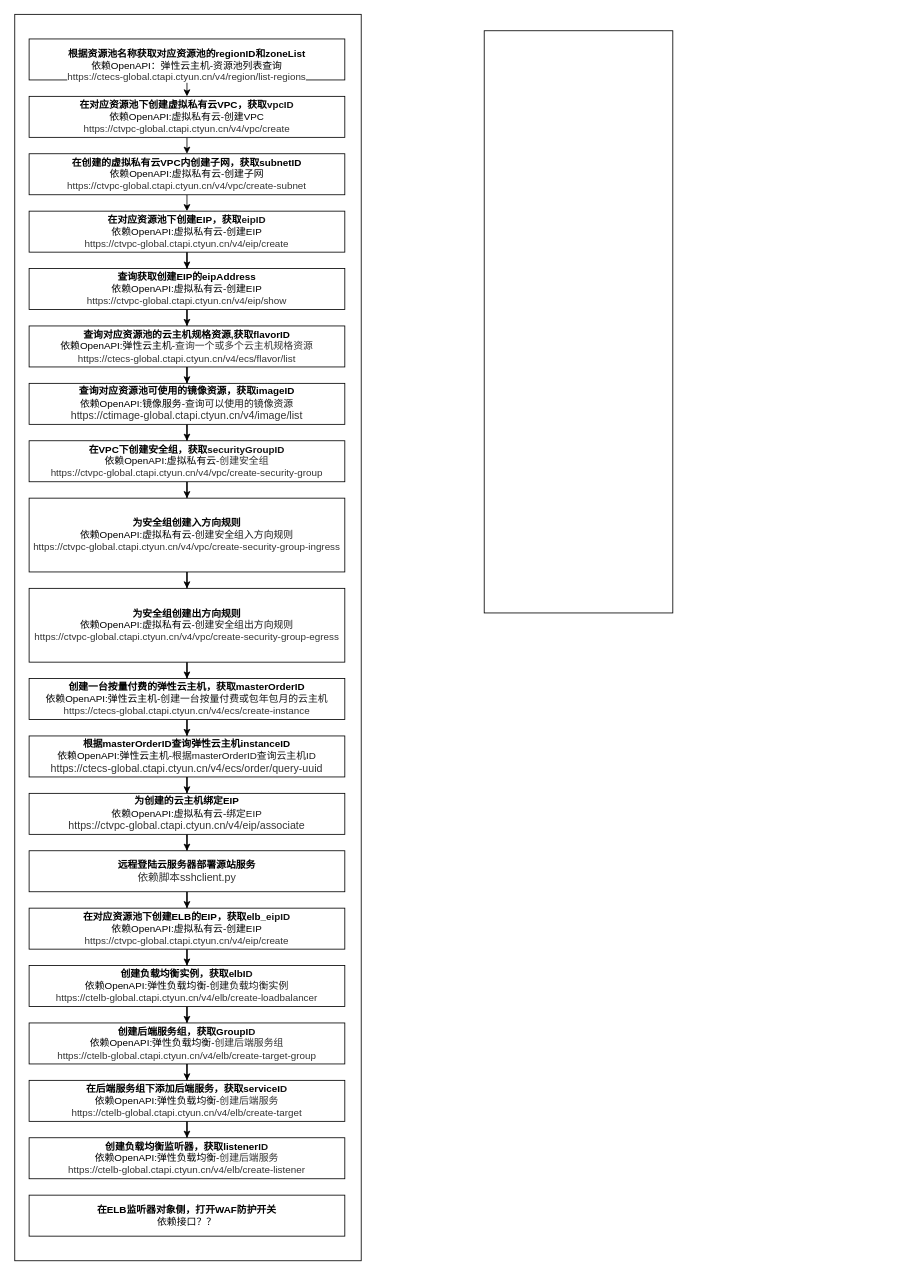
Before: QA_TEST/未命名绘图.drawio in allurelzh/flask_demo, a draw.io diagram. Source tidied: cells renumbered, new cells numbered last; positions are measured from the earlier drawing's top-left corner, leaving out a move shared by most shapes. Both pictures are drawn from the tidied source at 82%, with x=0, y=0 at pixel (15, 14).
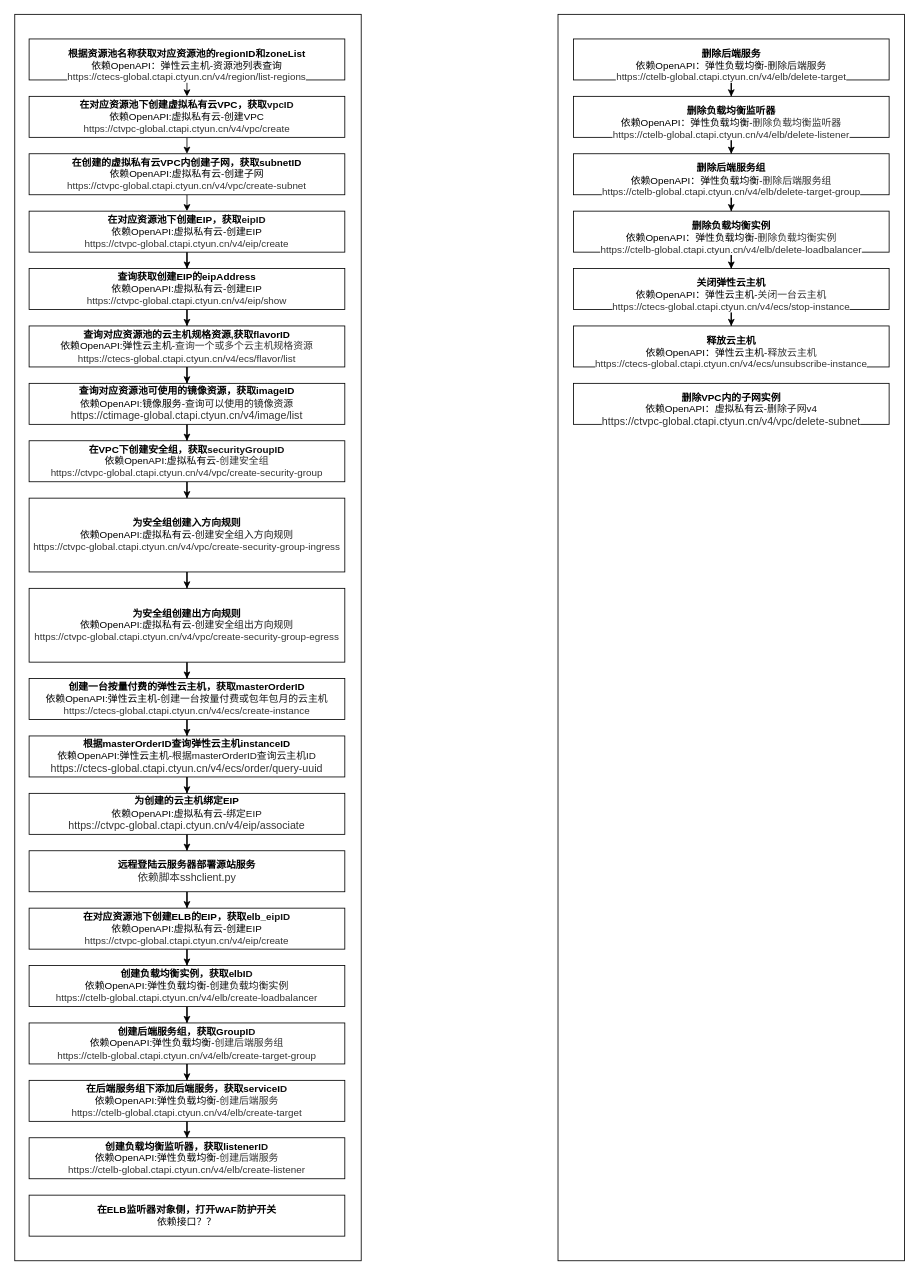
The same page after the edit.

Commit message (it also covers changes not shown here):
更新未命名绘图.drawio

What changed in the source:
```diff
@@
-    <mxCell id="3" style="rounded=0;whiteSpace=wrap;html=1;" parent="1" vertex="1">
-      <mxGeometry x="572" y="20" width="230" height="710" as="geometry" />
-    </mxCell>
@@
+    <mxCell id="42" style="rounded=0;whiteSpace=wrap;html=1;" parent="1" vertex="1">
+      <mxGeometry x="662" width="422.5" height="1520" as="geometry" />
+    </mxCell>
+    <mxCell id="43" style="edgeStyle=orthogonalEdgeStyle;rounded=0;jettySize=auto;html=1;" parent="1" edge="1" source="44" target="46">
+      <mxGeometry relative="1" as="geometry" />
+    </mxCell>
+    <mxCell id="44" value="&lt;div&gt;&lt;b style=&quot;&quot;&gt;&lt;font style=&quot;font-size: 12px;&quot;&gt;&lt;br&gt;&lt;/font&gt;&lt;/b&gt;&lt;/div&gt;&lt;b&gt;删除后端服务&lt;/b&gt;&lt;br&gt;&lt;div style=&quot;&quot;&gt;&lt;font style=&quot;font-size: 12px;&quot;&gt;依赖OpenAPI：弹性负载均衡-&lt;/font&gt;&lt;span style=&quot;background-color: rgb(255, 255, 255); color: rgb(24, 24, 24); font-family: &amp;quot;microsoft yahei&amp;quot;, helvetia, &amp;quot;pingfang sc&amp;quot;, Arial, Tahoma; text-align: start;&quot;&gt;删除后端服务&lt;/span&gt;&lt;/div&gt;&lt;div style=&quot;&quot;&gt;&lt;font style=&quot;font-size: 12px;&quot;&gt;&lt;span style=&quot;background-color: rgb(255, 255, 255); color: rgb(51, 51, 51); font-family: &amp;quot;microsoft yahei&amp;quot;, helvetia, &amp;quot;pingfang sc&amp;quot;, Arial, Tahoma; text-align: left;&quot;&gt;https://ctelb-global.ctapi.ctyun.cn/v4/elb/delete-target&lt;/span&gt;&lt;/font&gt;&lt;/div&gt;&lt;div&gt;&lt;/div&gt;" style="rounded=0;whiteSpace=wrap;html=1;" parent="1" vertex="1">
+      <mxGeometry x="680.8" y="30" width="385" height="50" as="geometry" />
+    </mxCell>
+    <mxCell id="45" style="edgeStyle=orthogonalEdgeStyle;rounded=0;jettySize=auto;html=1;" parent="1" edge="1" source="46" target="48">
+      <mxGeometry relative="1" as="geometry" />
+    </mxCell>
+    <mxCell id="46" value="&lt;div&gt;&lt;b style=&quot;&quot;&gt;&lt;font style=&quot;font-size: 12px;&quot;&gt;&lt;br&gt;&lt;/font&gt;&lt;/b&gt;&lt;/div&gt;&lt;b&gt;删除负载均衡监听器&lt;/b&gt;&lt;br&gt;&lt;div style=&quot;&quot;&gt;&lt;font style=&quot;font-size: 12px;&quot;&gt;依赖OpenAPI：弹性负载均衡-&lt;/font&gt;&lt;span style=&quot;background-color: rgb(255, 255, 255); color: rgb(51, 51, 51); font-family: &amp;quot;microsoft yahei&amp;quot;, helvetia, &amp;quot;pingfang sc&amp;quot;, Arial, Tahoma; text-align: start; text-wrap-mode: nowrap;&quot;&gt;&lt;font style=&quot;font-size: 12px;&quot;&gt;删除负载均衡监听器&lt;/font&gt;&lt;/span&gt;&lt;/div&gt;&lt;div style=&quot;&quot;&gt;&lt;font style=&quot;font-size: 12px;&quot;&gt;&lt;span style=&quot;background-color: rgb(255, 255, 255); color: rgb(51, 51, 51); font-family: &amp;quot;microsoft yahei&amp;quot;, helvetia, &amp;quot;pingfang sc&amp;quot;, Arial, Tahoma; text-align: left;&quot;&gt;https://ctelb-global.ctapi.ctyun.cn/v4/elb/delete-listener&lt;/span&gt;&lt;/font&gt;&lt;/div&gt;&lt;div&gt;&lt;/div&gt;" style="rounded=0;whiteSpace=wrap;html=1;" parent="1" vertex="1">
+      <mxGeometry x="680.8" y="100" width="385" height="50" as="geometry" />
+    </mxCell>
+    <mxCell id="47" style="edgeStyle=orthogonalEdgeStyle;rounded=0;jettySize=auto;html=1;" parent="1" edge="1" source="48" target="50">
+      <mxGeometry relative="1" as="geometry" />
+    </mxCell>
+    <mxCell id="48" value="&lt;div&gt;&lt;b style=&quot;&quot;&gt;&lt;font style=&quot;font-size: 12px;&quot;&gt;&lt;br&gt;&lt;/font&gt;&lt;/b&gt;&lt;/div&gt;&lt;b&gt;删除后端服务组&lt;/b&gt;&lt;br&gt;&lt;div style=&quot;&quot;&gt;&lt;font style=&quot;font-size: 12px;&quot;&gt;依赖OpenAPI：弹性负载均衡-&lt;/font&gt;&lt;span style=&quot;background-color: rgb(255, 255, 255); color: rgb(51, 51, 51); font-family: &amp;quot;microsoft yahei&amp;quot;, helvetia, &amp;quot;pingfang sc&amp;quot;, Arial, Tahoma; text-align: start; text-wrap-mode: nowrap;&quot;&gt;&lt;font style=&quot;font-size: 12px;&quot;&gt;删除后端服务组&lt;/font&gt;&lt;/span&gt;&lt;/div&gt;&lt;div style=&quot;&quot;&gt;&lt;font style=&quot;font-size: 12px;&quot;&gt;&lt;span style=&quot;background-color: rgb(255, 255, 255); color: rgb(51, 51, 51); font-family: &amp;quot;microsoft yahei&amp;quot;, helvetia, &amp;quot;pingfang sc&amp;quot;, Arial, Tahoma; text-align: left;&quot;&gt;https://ctelb-global.ctapi.ctyun.cn/v4/elb/delete-target-group&lt;/span&gt;&lt;/font&gt;&lt;/div&gt;&lt;div&gt;&lt;/div&gt;" style="rounded=0;whiteSpace=wrap;html=1;" parent="1" vertex="1">
+      <mxGeometry x="680.8" y="170" width="385" height="50" as="geometry" />
+    </mxCell>
+    <mxCell id="49" style="edgeStyle=orthogonalEdgeStyle;rounded=0;jettySize=auto;html=1;" parent="1" edge="1" source="50" target="52">
+      <mxGeometry relative="1" as="geometry" />
+    </mxCell>
+    <mxCell id="50" value="&lt;div&gt;&lt;b style=&quot;&quot;&gt;&lt;font style=&quot;font-size: 12px;&quot;&gt;&lt;br&gt;&lt;/font&gt;&lt;/b&gt;&lt;/div&gt;&lt;b&gt;删除负载均衡实例&lt;/b&gt;&lt;br&gt;&lt;div style=&quot;&quot;&gt;&lt;font style=&quot;font-size: 12px;&quot;&gt;依赖OpenAPI：弹性负载均衡-&lt;/font&gt;&lt;span style=&quot;background-color: rgb(255, 255, 255); color: rgb(51, 51, 51); font-family: &amp;quot;microsoft yahei&amp;quot;, helvetia, &amp;quot;pingfang sc&amp;quot;, Arial, Tahoma; text-align: start; text-wrap-mode: nowrap;&quot;&gt;&lt;font style=&quot;font-size: 12px;&quot;&gt;删除负载均衡实例&lt;/font&gt;&lt;/span&gt;&lt;/div&gt;&lt;div style=&quot;&quot;&gt;&lt;font style=&quot;font-size: 12px;&quot;&gt;&lt;span style=&quot;background-color: rgb(255, 255, 255); color: rgb(51, 51, 51); font-family: &amp;quot;microsoft yahei&amp;quot;, helvetia, &amp;quot;pingfang sc&amp;quot;, Arial, Tahoma; text-align: left;&quot;&gt;https://ctelb-global.ctapi.ctyun.cn/v4/elb/delete-loadbalancer&lt;/span&gt;&lt;/font&gt;&lt;/div&gt;&lt;div&gt;&lt;/div&gt;" style="rounded=0;whiteSpace=wrap;html=1;" parent="1" vertex="1">
+      <mxGeometry x="680.8" y="240" width="385" height="50" as="geometry" />
+    </mxCell>
+    <mxCell id="51" style="edgeStyle=orthogonalEdgeStyle;rounded=0;jettySize=auto;html=1;" parent="1" edge="1" source="52" target="53">
+      <mxGeometry relative="1" as="geometry" />
+    </mxCell>
+    <mxCell id="52" value="&lt;div&gt;&lt;b style=&quot;&quot;&gt;&lt;font style=&quot;font-size: 12px;&quot;&gt;&lt;br&gt;&lt;/font&gt;&lt;/b&gt;&lt;/div&gt;&lt;font style=&quot;font-size: 12px;&quot;&gt;&lt;b style=&quot;&quot;&gt;关闭弹性云主机&lt;/b&gt;&lt;br&gt;&lt;/font&gt;&lt;div style=&quot;&quot;&gt;&lt;font style=&quot;font-size: 12px;&quot;&gt;依赖OpenAPI：弹性云主机-&lt;font style=&quot;font-size: 12px;&quot; face=&quot;microsoft yahei, helvetia, pingfang sc, Arial, Tahoma&quot; color=&quot;#333333&quot;&gt;&lt;span style=&quot;text-wrap-mode: nowrap; background-color: rgb(255, 255, 255);&quot;&gt;关闭一台云主机&lt;/span&gt;&lt;/font&gt;&lt;/font&gt;&lt;/div&gt;&lt;div style=&quot;&quot;&gt;&lt;span style=&quot;color: rgb(51, 51, 51); font-family: &amp;quot;microsoft yahei&amp;quot;, helvetia, &amp;quot;pingfang sc&amp;quot;, Arial, Tahoma; background-color: rgb(255, 255, 255);&quot;&gt;&lt;font style=&quot;font-size: 12px;&quot;&gt;https://ctecs-global.ctapi.ctyun.cn/v4/ecs/stop-instance&lt;/font&gt;&lt;/span&gt;&lt;/div&gt;&lt;div&gt;&lt;/div&gt;" style="rounded=0;whiteSpace=wrap;html=1;" parent="1" vertex="1">
+      <mxGeometry x="680.8" y="310" width="385" height="50" as="geometry" />
+    </mxCell>
+    <mxCell id="53" value="&lt;div&gt;&lt;b style=&quot;&quot;&gt;&lt;font style=&quot;font-size: 12px;&quot;&gt;&lt;br&gt;&lt;/font&gt;&lt;/b&gt;&lt;/div&gt;&lt;font style=&quot;font-size: 12px;&quot;&gt;&lt;b style=&quot;&quot;&gt;释放云主机&lt;/b&gt;&lt;br&gt;&lt;/font&gt;&lt;div style=&quot;&quot;&gt;&lt;font style=&quot;font-size: 12px;&quot;&gt;依赖OpenAPI：弹性云主机-&lt;font face=&quot;microsoft yahei, helvetia, pingfang sc, Arial, Tahoma&quot; color=&quot;#333333&quot;&gt;&lt;span style=&quot;text-wrap-mode: nowrap; background-color: rgb(255, 255, 255);&quot;&gt;释放云主机&lt;/span&gt;&lt;/font&gt;&lt;/font&gt;&lt;/div&gt;&lt;div style=&quot;&quot;&gt;&lt;span style=&quot;color: rgb(51, 51, 51); font-family: &amp;quot;microsoft yahei&amp;quot;, helvetia, &amp;quot;pingfang sc&amp;quot;, Arial, Tahoma; text-align: left; background-color: rgb(255, 255, 255);&quot;&gt;&lt;font style=&quot;font-size: 12px;&quot;&gt;https://ctecs-global.ctapi.ctyun.cn/v4/ecs/unsubscribe-instance&lt;/font&gt;&lt;/span&gt;&lt;/div&gt;&lt;div&gt;&lt;/div&gt;" style="rounded=0;whiteSpace=wrap;html=1;" parent="1" vertex="1">
+      <mxGeometry x="680.8" y="380" width="385" height="50" as="geometry" />
+    </mxCell>
+    <mxCell id="54" value="&lt;div&gt;&lt;b style=&quot;&quot;&gt;&lt;font style=&quot;font-size: 12px;&quot;&gt;&lt;br&gt;&lt;/font&gt;&lt;/b&gt;&lt;/div&gt;&lt;font style=&quot;font-size: 12px;&quot;&gt;&lt;b&gt;删除VPC内的子网实例&lt;/b&gt;&lt;br&gt;&lt;/font&gt;&lt;div style=&quot;&quot;&gt;&lt;font style=&quot;font-size: 12px;&quot;&gt;依赖OpenAPI：虚拟私有云-&lt;/font&gt;&lt;span style=&quot;background-color: rgb(255, 255, 255); color: rgb(24, 24, 24); font-family: &amp;quot;microsoft yahei&amp;quot;, helvetia, &amp;quot;pingfang sc&amp;quot;, Arial, Tahoma; text-align: left;&quot;&gt;删除子网v4&lt;/span&gt;&lt;/div&gt;&lt;div style=&quot;&quot;&gt;&lt;span style=&quot;color: rgb(51, 51, 51); font-family: &amp;quot;microsoft yahei&amp;quot;, helvetia, &amp;quot;pingfang sc&amp;quot;, Arial, Tahoma; text-align: left; background-color: rgb(255, 255, 255);&quot;&gt;&lt;font style=&quot;font-size: 13px;&quot;&gt;https://ctvpc-global.ctapi.ctyun.cn/v4/vpc/delete-subnet&lt;/font&gt;&lt;/span&gt;&lt;/div&gt;&lt;div&gt;&lt;/div&gt;" style="rounded=0;whiteSpace=wrap;html=1;" parent="1" vertex="1">
+      <mxGeometry x="680.8" y="450" width="385" height="50" as="geometry" />
+    </mxCell>
```
